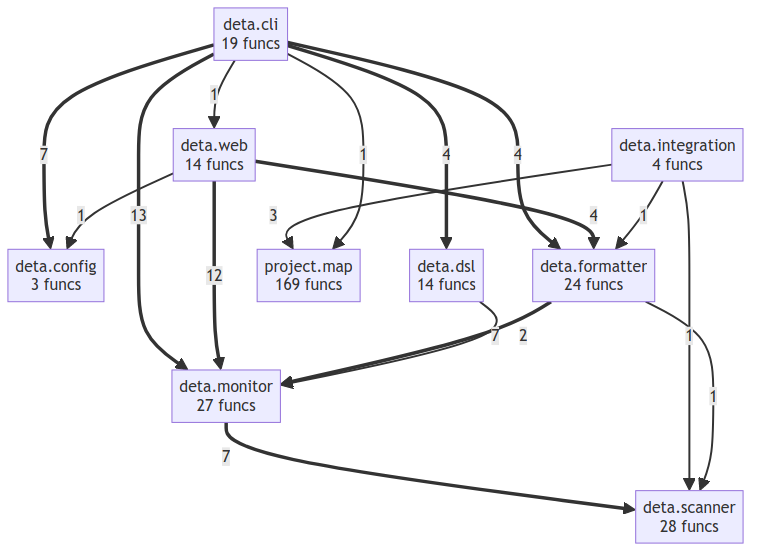
Earlier version of the Mermaid export project/compact_flow.png (semcod/deta). Its source is kept beside it as project/compact_flow.mmd. Source of this version:
```mermaid
flowchart TD
    deta__cli["deta.cli<br/>19 funcs"]
    deta__config["deta.config<br/>3 funcs"]
    deta__dsl["deta.dsl<br/>14 funcs"]
    deta__formatter["deta.formatter<br/>24 funcs"]
    deta__integration["deta.integration<br/>4 funcs"]
    deta__monitor["deta.monitor<br/>27 funcs"]
    deta__scanner["deta.scanner<br/>28 funcs"]
    deta__web["deta.web<br/>14 funcs"]
    project__map["project.map<br/>169 funcs"]
    deta__cli ==>|13| deta__monitor
    deta__web ==>|12| deta__monitor
    deta__cli ==>|7| deta__config
    deta__monitor ==>|7| deta__scanner
    deta__formatter ==>|7| deta__monitor
    deta__cli ==>|4| deta__formatter
    deta__cli ==>|4| deta__dsl
    deta__web ==>|4| deta__formatter
    deta__integration -->|3| project__map
    deta__dsl -->|2| deta__monitor
    deta__cli -->|1| project__map
    deta__cli -->|1| deta__web
    deta__web -->|1| deta__config
    deta__integration -->|1| deta__formatter
    deta__integration -->|1| deta__scanner
    deta__formatter -->|1| deta__scanner
```
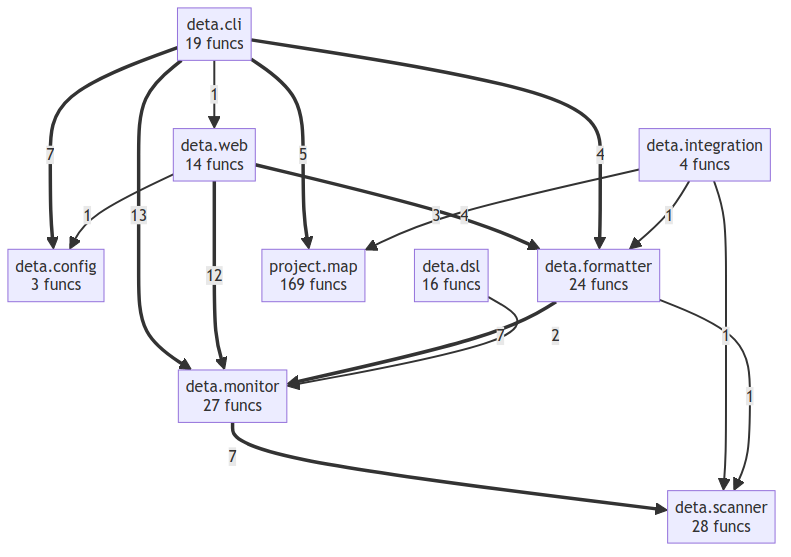
Later version of the same file.

Change to the diagram source:
```diff
@@ -1,7 +1,7 @@
 flowchart TD
     deta__cli["deta.cli<br/>19 funcs"]
     deta__config["deta.config<br/>3 funcs"]
-    deta__dsl["deta.dsl<br/>14 funcs"]
+    deta__dsl["deta.dsl<br/>16 funcs"]
     deta__formatter["deta.formatter<br/>24 funcs"]
     deta__integration["deta.integration<br/>4 funcs"]
     deta__monitor["deta.monitor<br/>27 funcs"]
@@ -10,17 +10,16 @@
     project__map["project.map<br/>169 funcs"]
     deta__cli ==>|13| deta__monitor
     deta__web ==>|12| deta__monitor
-    deta__cli ==>|7| deta__config
     deta__monitor ==>|7| deta__scanner
     deta__formatter ==>|7| deta__monitor
+    deta__cli ==>|7| deta__config
+    deta__cli ==>|5| project__map
+    deta__web ==>|4| deta__formatter
     deta__cli ==>|4| deta__formatter
-    deta__cli ==>|4| deta__dsl
-    deta__web ==>|4| deta__formatter
     deta__integration -->|3| project__map
     deta__dsl -->|2| deta__monitor
-    deta__cli -->|1| project__map
-    deta__cli -->|1| deta__web
     deta__web -->|1| deta__config
     deta__integration -->|1| deta__formatter
     deta__integration -->|1| deta__scanner
     deta__formatter -->|1| deta__scanner
+    deta__cli -->|1| deta__web
```
